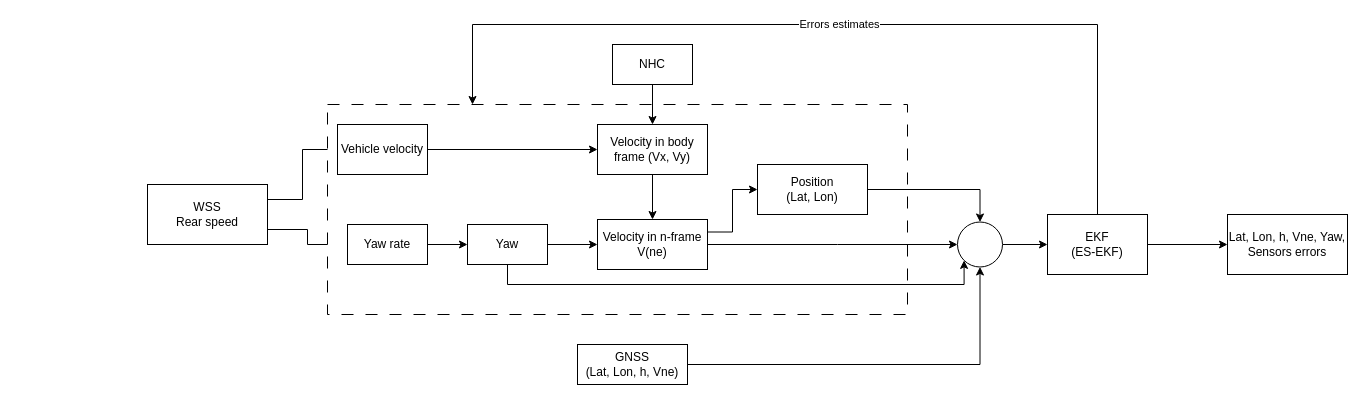
This is page "GNSS_ODO" (7 of 7) of KFs_Geo.drawio from Kaloum2/KFs, a draw.io file, before an edit. Source tidied: cells renumbered, new cells numbered last; positions are measured from the earlier drawing's top-left corner, leaving out a move shared by most shapes. Both pictures are drawn from the tidied source at 100%, with x=0, y=0 at pixel (147, 24).
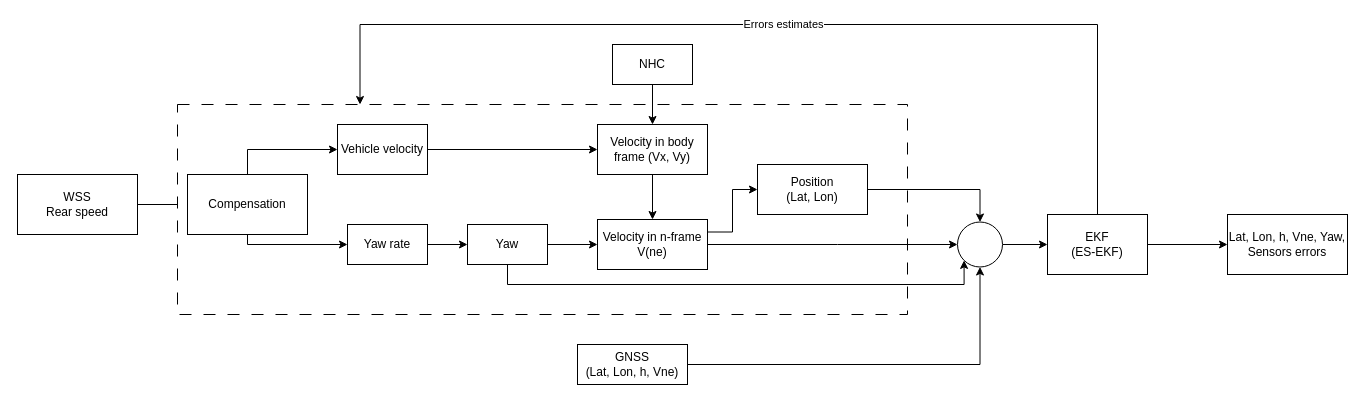
The same diagram, later.

Commit message:
Mettre à jour KFs_Geo.drawio

The change refers to these unchanged cells:
```xml
<mxCell id="7" value="Vehicle velocity" style="rounded=0;whiteSpace=wrap;html=1;" parent="1" vertex="1">
  <mxGeometry x="190" y="100" width="90" height="50" as="geometry" />
</mxCell>
<mxCell id="9" value="Yaw rate" style="rounded=0;whiteSpace=wrap;html=1;" parent="1" vertex="1">
  <mxGeometry x="200" y="200" width="80" height="40" as="geometry" />
</mxCell>
<mxCell id="28" value="EKF&lt;br&gt;(ES-EKF)" style="rounded=0;whiteSpace=wrap;html=1;" parent="1" vertex="1">
  <mxGeometry x="900" y="190" width="100" height="60" as="geometry" />
</mxCell>
```

What changed in the source:
```diff
@@
-    <mxCell id="2" style="edgeStyle=orthogonalEdgeStyle;rounded=0;jettySize=auto;html=1;exitX=1;exitY=0.25;exitDx=0;exitDy=0;entryX=0;entryY=0.5;entryDx=0;entryDy=0;" parent="1" edge="1" source="4" target="7">
-      <mxGeometry relative="1" as="geometry" />
-    </mxCell>
-    <mxCell id="3" style="edgeStyle=orthogonalEdgeStyle;rounded=0;jettySize=auto;html=1;exitX=1;exitY=0.75;exitDx=0;exitDy=0;entryX=0;entryY=0.5;entryDx=0;entryDy=0;" parent="1" edge="1" source="4" target="9">
-      <mxGeometry relative="1" as="geometry" />
-    </mxCell>
+    <mxCell id="30" style="edgeStyle=orthogonalEdgeStyle;rounded=0;jettySize=auto;html=1;exitX=1;exitY=0.5;exitDx=0;exitDy=0;" parent="1" edge="1" source="4" target="34">
+      <mxGeometry relative="1" as="geometry" />
+    </mxCell>
+    <mxCell id="31" style="edgeStyle=orthogonalEdgeStyle;rounded=0;jettySize=auto;html=1;" parent="1" edge="1" source="4" target="34">
+      <mxGeometry relative="1" as="geometry" />
+    </mxCell>
     <mxCell id="4" value="WSS&lt;br&gt;Rear speed" style="rounded=0;whiteSpace=wrap;html=1;" parent="1" vertex="1">
-      <mxGeometry y="160" width="120" height="60" as="geometry" />
+      <mxGeometry x="-130" y="150" width="120" height="60" as="geometry" />
     </mxCell>
     <mxCell id="5" style="rounded=0;whiteSpace=wrap;html=1;dashed=1;dashPattern=12 12;" parent="1" vertex="1">
-      <mxGeometry x="180" y="80" width="580" height="210" as="geometry" />
+      <mxGeometry x="30" y="80" width="730" height="210" as="geometry" />
     </mxCell>
@@
     <mxCell id="26" value="Errors estimates" style="edgeStyle=orthogonalEdgeStyle;rounded=0;jettySize=auto;html=1;exitX=0.5;exitY=0;exitDx=0;exitDy=0;entryX=0.25;entryY=0;entryDx=0;entryDy=0;" parent="1" edge="1" source="28" target="5">
       <mxGeometry relative="1" as="geometry">
         <Array as="points">
           <mxPoint x="950" />
-          <mxPoint x="325" />
+          <mxPoint x="213" />
         </Array>
       </mxGeometry>
     </mxCell>
@@
+    <mxCell id="32" style="edgeStyle=orthogonalEdgeStyle;rounded=0;jettySize=auto;html=1;exitX=0.5;exitY=1;exitDx=0;exitDy=0;entryX=0;entryY=0.5;entryDx=0;entryDy=0;" parent="1" edge="1" source="34" target="9">
+      <mxGeometry relative="1" as="geometry">
+        <Array as="points">
+          <mxPoint x="100" y="220" />
+        </Array>
+      </mxGeometry>
+    </mxCell>
+    <mxCell id="33" style="edgeStyle=orthogonalEdgeStyle;rounded=0;jettySize=auto;html=1;exitX=0.5;exitY=0;exitDx=0;exitDy=0;entryX=0;entryY=0.5;entryDx=0;entryDy=0;" parent="1" edge="1" source="34" target="7">
+      <mxGeometry relative="1" as="geometry" />
+    </mxCell>
+    <mxCell id="34" value="Compensation" style="rounded=0;whiteSpace=wrap;html=1;" parent="1" vertex="1">
+      <mxGeometry x="40" y="150" width="120" height="60" as="geometry" />
+    </mxCell>
```
